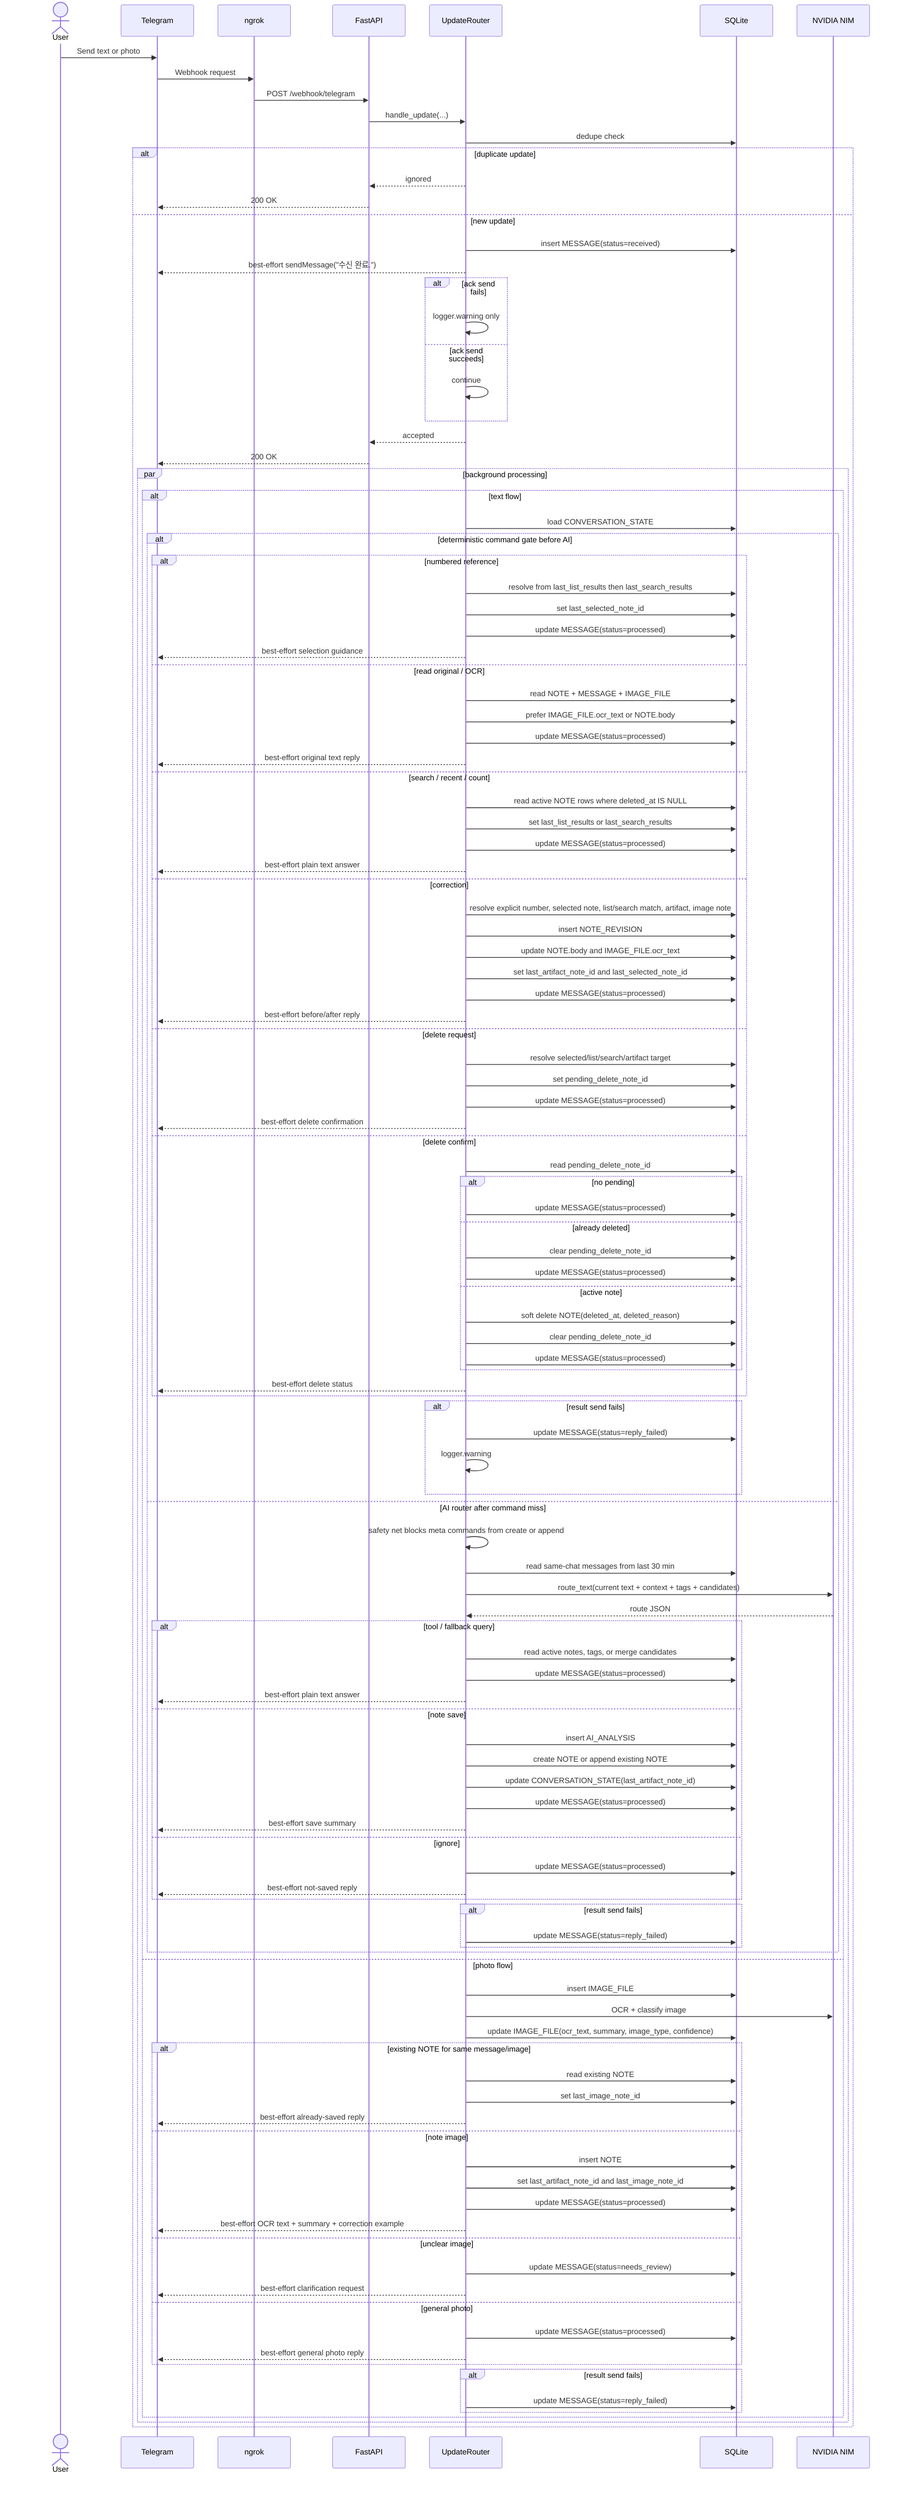
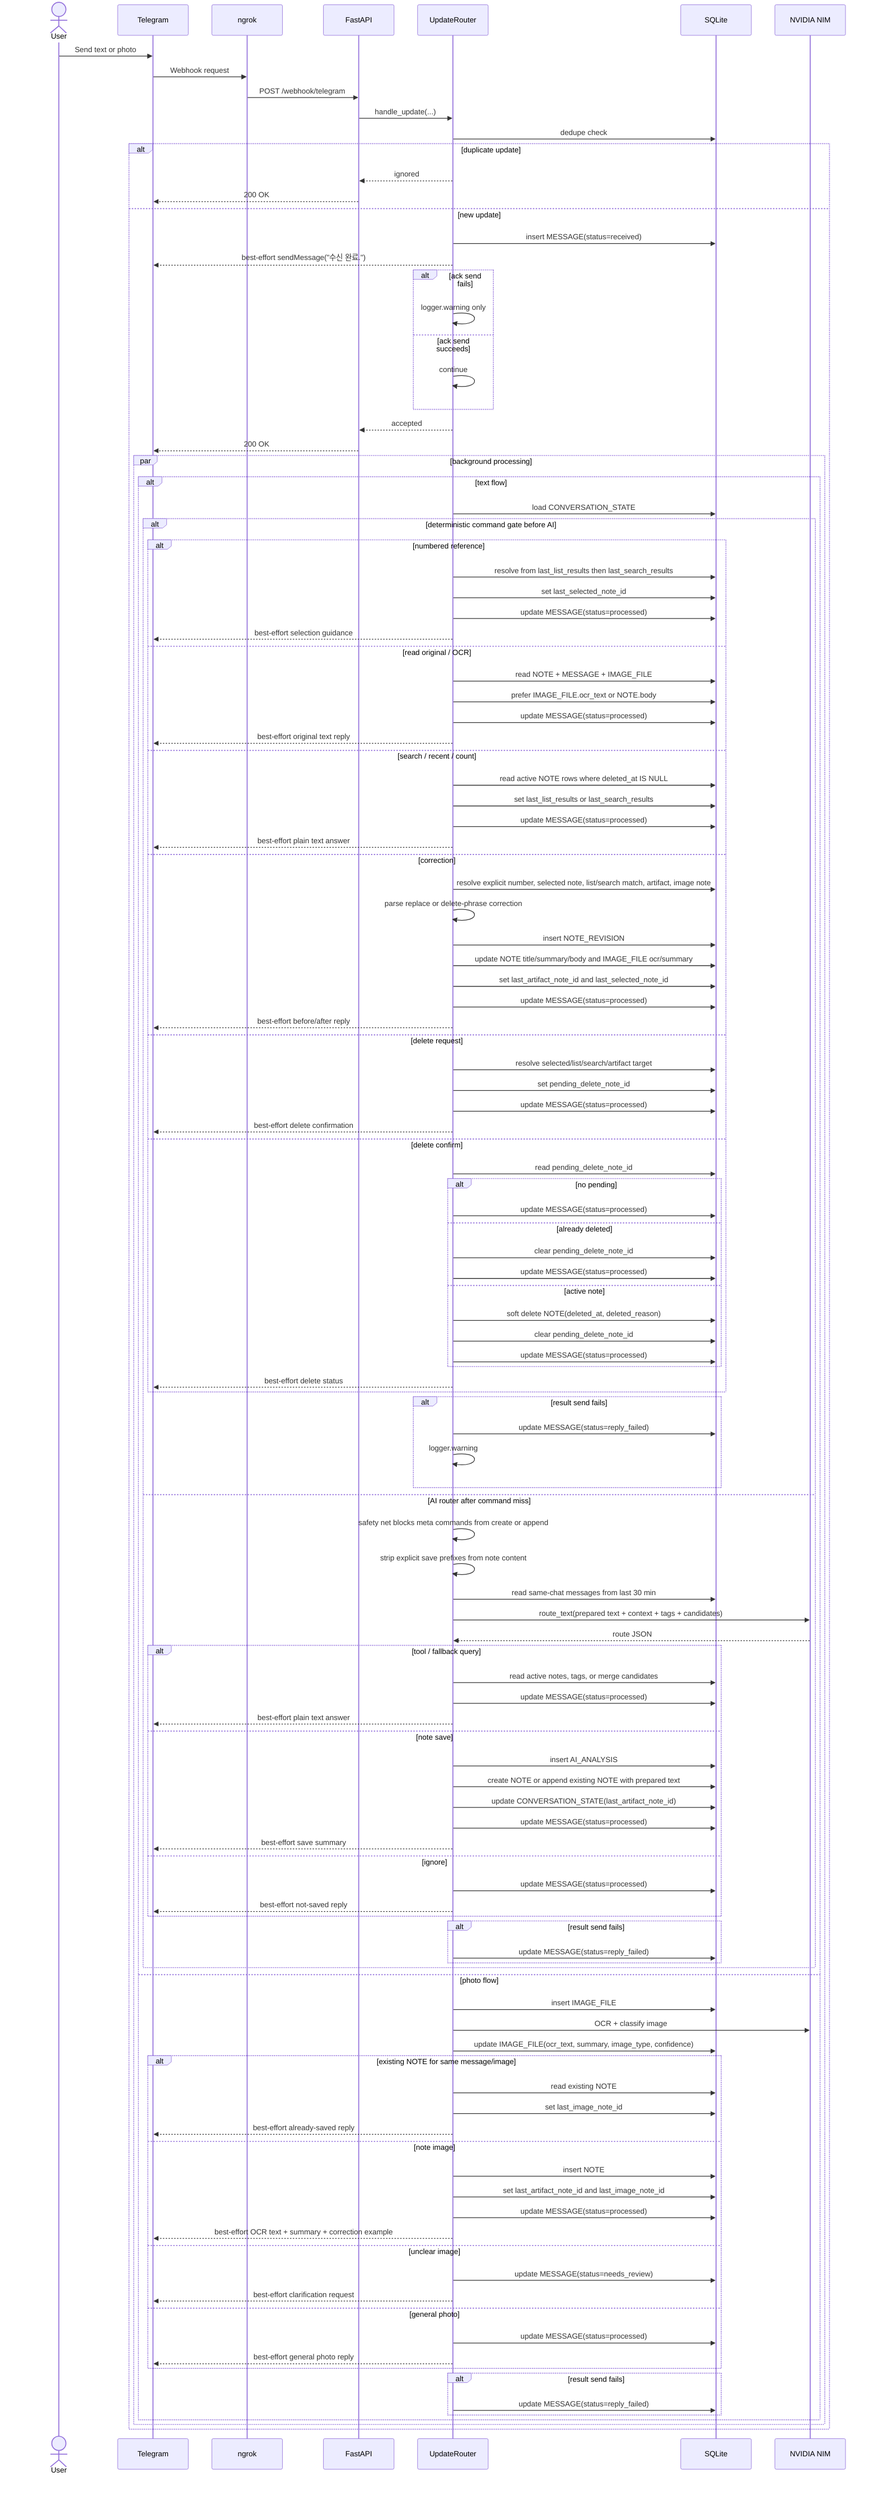
sequenceDiagram
    actor U as User
    participant T as Telegram
    participant N as ngrok
    participant A as FastAPI
    participant R as UpdateRouter
    participant D as SQLite
    participant M as NVIDIA NIM

    U->>T: Send text or photo
    T->>N: Webhook request
    N->>A: POST /webhook/telegram
    A->>R: handle_update(...)
    R->>D: dedupe check

    alt duplicate update
        R-->>A: ignored
        A-->>T: 200 OK
    else new update
        R->>D: insert MESSAGE(status=received)
        R-->>T: best-effort sendMessage("수신 완료.")
        alt ack send fails
            R->>R: logger.warning only
        else ack send succeeds
            R->>R: continue
        end
        R-->>A: accepted
        A-->>T: 200 OK

        par background processing
            alt text flow
                R->>D: load CONVERSATION_STATE
                alt deterministic command gate before AI
                    alt numbered reference
                        R->>D: resolve from last_list_results then last_search_results
                        R->>D: set last_selected_note_id
                        R->>D: update MESSAGE(status=processed)
                        R-->>T: best-effort selection guidance
                    else read original / OCR
                        R->>D: read NOTE + MESSAGE + IMAGE_FILE
                        R->>D: prefer IMAGE_FILE.ocr_text or NOTE.body
                        R->>D: update MESSAGE(status=processed)
                        R-->>T: best-effort original text reply
                    else search / recent / count
                        R->>D: read active NOTE rows where deleted_at IS NULL
                        R->>D: set last_list_results or last_search_results
                        R->>D: update MESSAGE(status=processed)
                        R-->>T: best-effort plain text answer
                    else correction
                        R->>D: resolve explicit number, selected note, list/search match, artifact, image note
+                         R->>R: parse replace or delete-phrase correction
                        R->>D: insert NOTE_REVISION
-                         R->>D: update NOTE.body and IMAGE_FILE.ocr_text
+                         R->>D: update NOTE title/summary/body and IMAGE_FILE ocr/summary
                        R->>D: set last_artifact_note_id and last_selected_note_id
                        R->>D: update MESSAGE(status=processed)
                        R-->>T: best-effort before/after reply
                    else delete request
                        R->>D: resolve selected/list/search/artifact target
                        R->>D: set pending_delete_note_id
                        R->>D: update MESSAGE(status=processed)
                        R-->>T: best-effort delete confirmation
                    else delete confirm
                        R->>D: read pending_delete_note_id
                        alt no pending
                            R->>D: update MESSAGE(status=processed)
                        else already deleted
                            R->>D: clear pending_delete_note_id
                            R->>D: update MESSAGE(status=processed)
                        else active note
                            R->>D: soft delete NOTE(deleted_at, deleted_reason)
                            R->>D: clear pending_delete_note_id
                            R->>D: update MESSAGE(status=processed)
                        end
                        R-->>T: best-effort delete status
                    end
                    alt result send fails
                        R->>D: update MESSAGE(status=reply_failed)
                        R->>R: logger.warning
                    end
                else AI router after command miss
                    R->>R: safety net blocks meta commands from create or append
+                     R->>R: strip explicit save prefixes from note content
                    R->>D: read same-chat messages from last 30 min
-                     R->>M: route_text(current text + context + tags + candidates)
+                     R->>M: route_text(prepared text + context + tags + candidates)
                    M-->>R: route JSON
                    alt tool / fallback query
                        R->>D: read active notes, tags, or merge candidates
                        R->>D: update MESSAGE(status=processed)
                        R-->>T: best-effort plain text answer
                    else note save
                        R->>D: insert AI_ANALYSIS
-                         R->>D: create NOTE or append existing NOTE
+                         R->>D: create NOTE or append existing NOTE with prepared text
                        R->>D: update CONVERSATION_STATE(last_artifact_note_id)
                        R->>D: update MESSAGE(status=processed)
                        R-->>T: best-effort save summary
                    else ignore
                        R->>D: update MESSAGE(status=processed)
                        R-->>T: best-effort not-saved reply
                    end
                    alt result send fails
                        R->>D: update MESSAGE(status=reply_failed)
                    end
                end
            else photo flow
                R->>D: insert IMAGE_FILE
                R->>M: OCR + classify image
                R->>D: update IMAGE_FILE(ocr_text, summary, image_type, confidence)
                alt existing NOTE for same message/image
                    R->>D: read existing NOTE
                    R->>D: set last_image_note_id
                    R-->>T: best-effort already-saved reply
                else note image
                    R->>D: insert NOTE
                    R->>D: set last_artifact_note_id and last_image_note_id
                    R->>D: update MESSAGE(status=processed)
                    R-->>T: best-effort OCR text + summary + correction example
                else unclear image
                    R->>D: update MESSAGE(status=needs_review)
                    R-->>T: best-effort clarification request
                else general photo
                    R->>D: update MESSAGE(status=processed)
                    R-->>T: best-effort general photo reply
                end
                alt result send fails
                    R->>D: update MESSAGE(status=reply_failed)
                end
            end
        end
    end
